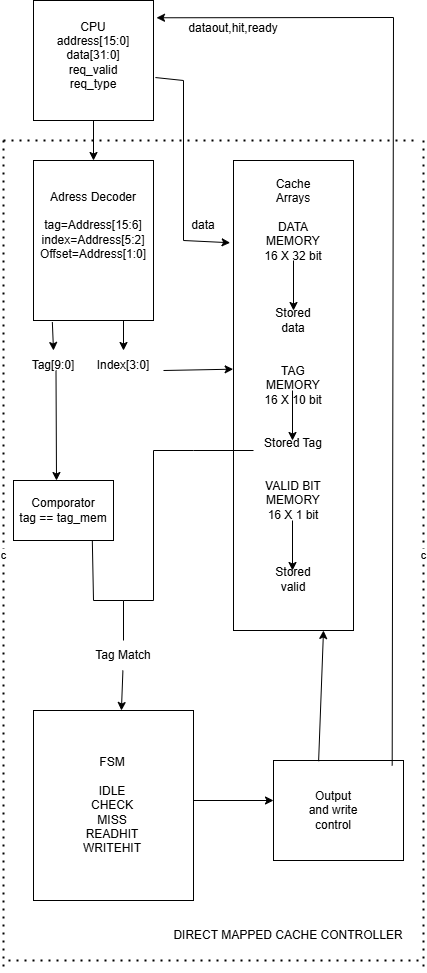
The draw.io diagram module_4/MAIN_PROJECT/DirectMappedCacheController/docs/BlockDiagram.png in Nooorrr66/MEDS_2026, before a commit. Source tidied: cells renumbered, new cells last; positions are measured from the earlier drawing's top-left corner, leaving out a move shared by most shapes. The source it was exported from:
```xml
<mxGraphModel>
  <root>
    <mxCell id="0" />
    <mxCell id="1" parent="0" />
    <mxCell id="2" style="rounded=0;whiteSpace=wrap;html=1;" parent="1" vertex="1">
      <mxGeometry x="30" width="120" height="120" as="geometry" />
    </mxCell>
    <mxCell id="3" value="CPU&lt;br&gt;address[15:0]&lt;br&gt;data[31:0]&lt;br&gt;req_valid&lt;br&gt;req_type" style="text;html=1;whiteSpace=wrap;strokeColor=none;fillColor=none;align=center;verticalAlign=middle;rounded=0;" parent="1" vertex="1">
      <mxGeometry x="10" y="40" width="160" height="30" as="geometry" />
    </mxCell>
    <mxCell id="4" style="rounded=0;whiteSpace=wrap;html=1;" parent="1" vertex="1">
      <mxGeometry x="30" y="160" width="120" height="160" as="geometry" />
    </mxCell>
    <mxCell id="5" value="Adress Decoder&lt;br&gt;&lt;br&gt;tag=Address[15:6]&lt;br&gt;index=Address[5:2]&lt;br&gt;Offset=Address[1:0]" style="text;html=1;whiteSpace=wrap;strokeColor=none;fillColor=none;align=center;verticalAlign=middle;rounded=0;" parent="1" vertex="1">
      <mxGeometry x="55" y="210" width="70" height="30" as="geometry" />
    </mxCell>
    <mxCell id="6" value="Tag[9:0]" style="text;html=1;whiteSpace=wrap;strokeColor=none;fillColor=none;align=center;verticalAlign=middle;rounded=0;" parent="1" vertex="1">
      <mxGeometry x="20" y="350" width="60" height="30" as="geometry" />
    </mxCell>
    <mxCell id="7" value="Index[3:0]" style="text;html=1;whiteSpace=wrap;strokeColor=none;fillColor=none;align=center;verticalAlign=middle;rounded=0;" parent="1" vertex="1">
      <mxGeometry x="90" y="350" width="60" height="30" as="geometry" />
    </mxCell>
    <mxCell id="8" style="endArrow=classic;html=1;rounded=0;exitX=0.157;exitY=1.01;exitDx=0;exitDy=0;exitPerimeter=0;entryX=0.5;entryY=0;entryDx=0;entryDy=0;" parent="1" edge="1" source="4" target="6">
      <mxGeometry relative="1" as="geometry" />
    </mxCell>
    <mxCell id="9" style="endArrow=classic;html=1;rounded=0;exitX=0.75;exitY=1;exitDx=0;exitDy=0;entryX=0.5;entryY=0;entryDx=0;entryDy=0;" parent="1" edge="1" source="4" target="7">
      <mxGeometry relative="1" as="geometry" />
    </mxCell>
    <mxCell id="10" style="endArrow=classic;html=1;rounded=0;entryX=-0.003;entryY=0.444;entryDx=0;entryDy=0;entryPerimeter=0;" parent="1" edge="1" target="11">
      <mxGeometry relative="1" as="geometry">
        <mxPoint x="160" y="370" as="sourcePoint" />
      </mxGeometry>
    </mxCell>
    <mxCell id="11" style="rounded=0;whiteSpace=wrap;html=1;" parent="1" vertex="1">
      <mxGeometry x="230" y="160" width="120" height="470" as="geometry" />
    </mxCell>
    <mxCell id="12" value="Cache Arrays&lt;br&gt;&lt;br&gt;DATA MEMORY&lt;br&gt;16 X 32 bit&lt;br&gt;&lt;br&gt;&lt;br&gt;&lt;br&gt;Stored data&lt;br&gt;&lt;br&gt;&lt;br&gt;TAG MEMORY&lt;br&gt;16 X 10 bit&lt;br&gt;&lt;br&gt;&lt;br&gt;Stored Tag&lt;br&gt;&lt;br&gt;&lt;br&gt;VALID BIT MEMORY&lt;br&gt;16 X 1 bit&lt;br&gt;&lt;br&gt;&lt;br&gt;&lt;br&gt;Stored valid" style="text;html=1;whiteSpace=wrap;strokeColor=none;fillColor=none;align=center;verticalAlign=middle;rounded=0;" parent="1" vertex="1">
      <mxGeometry x="260" y="370" width="60" height="30" as="geometry" />
    </mxCell>
    <mxCell id="13" style="endArrow=classic;html=1;rounded=0;" parent="1" edge="1">
      <mxGeometry relative="1" as="geometry">
        <mxPoint x="290" y="260" as="sourcePoint" />
        <mxPoint x="290" y="310" as="targetPoint" />
      </mxGeometry>
    </mxCell>
    <mxCell id="14" style="endArrow=classic;html=1;rounded=0;" parent="1" edge="1">
      <mxGeometry relative="1" as="geometry">
        <mxPoint x="289" y="390" as="sourcePoint" />
        <mxPoint x="289" y="440" as="targetPoint" />
      </mxGeometry>
    </mxCell>
    <mxCell id="15" style="endArrow=classic;html=1;rounded=0;" parent="1" edge="1">
      <mxGeometry relative="1" as="geometry">
        <mxPoint x="289" y="520" as="sourcePoint" />
        <mxPoint x="289" y="570" as="targetPoint" />
      </mxGeometry>
    </mxCell>
    <mxCell id="16" style="endArrow=classic;html=1;rounded=0;exitX=0.25;exitY=1;exitDx=0;exitDy=0;" parent="1" edge="1">
      <mxGeometry relative="1" as="geometry">
        <mxPoint x="52.5" y="370" as="sourcePoint" />
        <mxPoint x="53" y="480" as="targetPoint" />
      </mxGeometry>
    </mxCell>
    <mxCell id="17" style="rounded=0;whiteSpace=wrap;html=1;" parent="1" vertex="1">
      <mxGeometry x="10" y="480" width="100" height="60" as="geometry" />
    </mxCell>
    <mxCell id="18" value="Comporator&lt;br&gt;tag == tag_mem" style="text;html=1;whiteSpace=wrap;strokeColor=none;fillColor=none;align=center;verticalAlign=middle;rounded=0;" parent="1" vertex="1">
      <mxGeometry x="5" y="495" width="110" height="30" as="geometry" />
    </mxCell>
    <mxCell id="19" style="endArrow=classic;html=1;rounded=0;" parent="1" edge="1">
      <mxGeometry relative="1" as="geometry">
        <mxPoint x="119.4" y="670" as="sourcePoint" />
        <mxPoint x="117.9" y="710" as="targetPoint" />
      </mxGeometry>
    </mxCell>
    <mxCell id="20" value="Tag Match" style="text;html=1;whiteSpace=wrap;strokeColor=none;fillColor=none;align=center;verticalAlign=middle;rounded=0;" parent="1" vertex="1">
      <mxGeometry x="90" y="640" width="60" height="30" as="geometry" />
    </mxCell>
    <mxCell id="21" style="endArrow=none;html=1;rounded=0;" parent="1" edge="1">
      <mxGeometry relative="1" as="geometry">
        <mxPoint x="150" y="450" as="sourcePoint" />
        <mxPoint x="250" y="450" as="targetPoint" />
        <Array as="points">
          <mxPoint x="190" y="450" />
        </Array>
      </mxGeometry>
    </mxCell>
    <mxCell id="22" style="endArrow=none;html=1;rounded=0;" parent="1" edge="1">
      <mxGeometry relative="1" as="geometry">
        <mxPoint x="90" y="600" as="sourcePoint" />
        <mxPoint x="120" y="600" as="targetPoint" />
      </mxGeometry>
    </mxCell>
    <mxCell id="23" style="endArrow=none;html=1;rounded=0;" parent="1" edge="1">
      <mxGeometry relative="1" as="geometry">
        <mxPoint x="150" y="600" as="sourcePoint" />
        <mxPoint x="150" y="450" as="targetPoint" />
      </mxGeometry>
    </mxCell>
    <mxCell id="24" style="endArrow=none;html=1;rounded=0;" parent="1" edge="1">
      <mxGeometry relative="1" as="geometry">
        <mxPoint x="120" y="600" as="sourcePoint" />
        <mxPoint x="120" y="640" as="targetPoint" />
      </mxGeometry>
    </mxCell>
    <mxCell id="25" style="endArrow=none;html=1;rounded=0;" parent="1" edge="1">
      <mxGeometry relative="1" as="geometry">
        <mxPoint x="90" y="600" as="sourcePoint" />
        <mxPoint x="88.8" y="540" as="targetPoint" />
      </mxGeometry>
    </mxCell>
    <mxCell id="26" style="endArrow=none;html=1;rounded=0;" parent="1" edge="1">
      <mxGeometry relative="1" as="geometry">
        <mxPoint x="120" y="600" as="sourcePoint" />
        <mxPoint x="150" y="600" as="targetPoint" />
      </mxGeometry>
    </mxCell>
    <mxCell id="27" style="rounded=0;whiteSpace=wrap;html=1;" parent="1" vertex="1">
      <mxGeometry x="30" y="710" width="160" height="190" as="geometry" />
    </mxCell>
    <mxCell id="28" value="FSM&lt;br&gt;&lt;br&gt;IDLE&lt;br&gt;CHECK&lt;br&gt;MISS&lt;br&gt;READHIT&lt;br&gt;WRITEHIT" style="text;html=1;whiteSpace=wrap;strokeColor=none;fillColor=none;align=center;verticalAlign=middle;rounded=0;" parent="1" vertex="1">
      <mxGeometry x="79" y="790" width="60" height="30" as="geometry" />
    </mxCell>
    <mxCell id="29" style="endArrow=classic;html=1;rounded=0;exitX=0.5;exitY=1;exitDx=0;exitDy=0;entryX=0.5;entryY=0;entryDx=0;entryDy=0;" parent="1" edge="1" source="2" target="4">
      <mxGeometry relative="1" as="geometry" />
    </mxCell>
    <mxCell id="30" style="endArrow=classic;html=1;rounded=0;" parent="1" edge="1">
      <mxGeometry relative="1" as="geometry">
        <mxPoint x="190" y="800" as="sourcePoint" />
        <mxPoint x="270" y="800" as="targetPoint" />
      </mxGeometry>
    </mxCell>
    <mxCell id="31" style="rounded=0;whiteSpace=wrap;html=1;" parent="1" vertex="1">
      <mxGeometry x="270" y="760" width="130" height="100" as="geometry" />
    </mxCell>
    <mxCell id="32" value="Output&lt;br&gt;and write&lt;br&gt;control" style="text;html=1;whiteSpace=wrap;strokeColor=none;fillColor=none;align=center;verticalAlign=middle;rounded=0;" parent="1" vertex="1">
      <mxGeometry x="300" y="795" width="60" height="30" as="geometry" />
    </mxCell>
    <mxCell id="33" style="endArrow=classic;html=1;rounded=0;entryX=0.75;entryY=1;entryDx=0;entryDy=0;exitX=0.347;exitY=0.007;exitDx=0;exitDy=0;exitPerimeter=0;" parent="1" edge="1" source="31" target="11">
      <mxGeometry relative="1" as="geometry" />
    </mxCell>
    <mxCell id="34" value="c" style="endArrow=none;dashed=1;html=1;dashPattern=1 3;strokeWidth=2;rounded=0;" parent="1" edge="1">
      <mxGeometry relative="1" as="geometry">
        <mxPoint y="140" as="sourcePoint" />
        <mxPoint y="970" as="targetPoint" />
      </mxGeometry>
    </mxCell>
    <mxCell id="35" value="c" style="endArrow=none;dashed=1;html=1;dashPattern=1 3;strokeWidth=2;rounded=0;" parent="1" edge="1">
      <mxGeometry relative="1" as="geometry">
        <mxPoint x="420" y="140" as="sourcePoint" />
        <mxPoint x="420" y="970" as="targetPoint" />
      </mxGeometry>
    </mxCell>
    <mxCell id="36" style="endArrow=none;dashed=1;html=1;dashPattern=1 3;strokeWidth=2;rounded=0;" parent="1" edge="1">
      <mxGeometry relative="1" as="geometry">
        <mxPoint y="140" as="sourcePoint" />
        <mxPoint x="410" y="140" as="targetPoint" />
      </mxGeometry>
    </mxCell>
    <mxCell id="37" style="endArrow=none;dashed=1;html=1;dashPattern=1 3;strokeWidth=2;rounded=0;" parent="1" edge="1">
      <mxGeometry relative="1" as="geometry">
        <mxPoint x="5" y="960" as="sourcePoint" />
        <mxPoint x="415" y="960" as="targetPoint" />
      </mxGeometry>
    </mxCell>
    <mxCell id="38" value="DIRECT MAPPED CACHE CONTROLLER" style="text;html=1;whiteSpace=wrap;strokeColor=none;fillColor=none;align=center;verticalAlign=middle;rounded=0;" parent="1" vertex="1">
      <mxGeometry x="150" y="920" width="270" height="30" as="geometry" />
    </mxCell>
    <mxCell id="39" style="endArrow=classic;html=1;rounded=0;exitX=1.016;exitY=0.642;exitDx=0;exitDy=0;entryX=-0.028;entryY=0.175;entryDx=0;entryDy=0;entryPerimeter=0;exitPerimeter=0;" parent="1" edge="1" source="2" target="11">
      <mxGeometry relative="1" as="geometry">
        <Array as="points">
          <mxPoint x="180" y="80" />
          <mxPoint x="180" y="240" />
        </Array>
      </mxGeometry>
    </mxCell>
    <mxCell id="40" value="data" style="text;html=1;whiteSpace=wrap;strokeColor=none;fillColor=none;align=center;verticalAlign=middle;rounded=0;" parent="1" vertex="1">
      <mxGeometry x="170" y="210" width="60" height="30" as="geometry" />
    </mxCell>
    <mxCell id="41" style="endArrow=classic;html=1;rounded=0;exitX=0.913;exitY=0.05;exitDx=0;exitDy=0;entryX=1.025;entryY=0.144;entryDx=0;entryDy=0;entryPerimeter=0;exitPerimeter=0;" parent="1" edge="1" source="31" target="2">
      <mxGeometry relative="1" as="geometry">
        <Array as="points">
          <mxPoint x="390" y="17" />
        </Array>
      </mxGeometry>
    </mxCell>
    <mxCell id="42" value="dataout,hit,ready&lt;div&gt;&lt;br&gt;&lt;/div&gt;" style="text;html=1;whiteSpace=wrap;strokeColor=none;fillColor=none;align=center;verticalAlign=middle;rounded=0;" parent="1" vertex="1">
      <mxGeometry x="200" y="20" width="60" height="30" as="geometry" />
    </mxCell>
  </root>
</mxGraphModel>
```
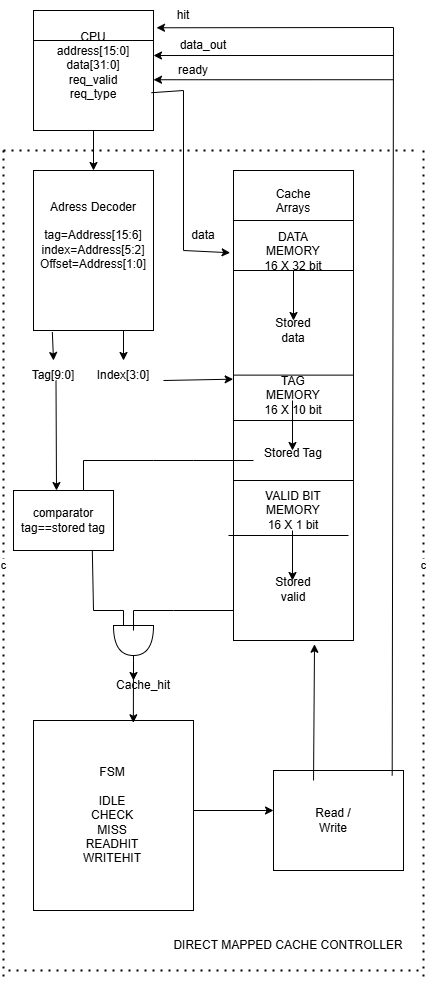
The same file after the commit.

The edit, as a diff of the source:
```diff
@@ -64,17 +64,19 @@
     <mxCell id="17" style="rounded=0;whiteSpace=wrap;html=1;" parent="1" vertex="1">
       <mxGeometry x="10" y="480" width="100" height="60" as="geometry" />
     </mxCell>
-    <mxCell id="18" value="Comporator&lt;br&gt;tag == tag_mem" style="text;html=1;whiteSpace=wrap;strokeColor=none;fillColor=none;align=center;verticalAlign=middle;rounded=0;" parent="1" vertex="1">
+    <mxCell id="18" value="comparator&lt;br&gt;tag==stored tag" style="text;html=1;whiteSpace=wrap;strokeColor=none;fillColor=none;align=center;verticalAlign=middle;rounded=0;" parent="1" vertex="1">
       <mxGeometry x="5" y="495" width="110" height="30" as="geometry" />
     </mxCell>
-    <mxCell id="19" style="endArrow=classic;html=1;rounded=0;" parent="1" edge="1">
+    <mxCell id="19" style="endArrow=classic;html=1;rounded=0;exitX=1;exitY=0.5;exitDx=0;exitDy=0;exitPerimeter=0;" parent="1" edge="1" source="54">
       <mxGeometry relative="1" as="geometry">
-        <mxPoint x="119.4" y="670" as="sourcePoint" />
-        <mxPoint x="117.9" y="710" as="targetPoint" />
+        <mxPoint x="130" y="670" as="targetPoint" />
+        <Array as="points">
+          <mxPoint x="130" y="650" />
+        </Array>
       </mxGeometry>
     </mxCell>
-    <mxCell id="20" value="Tag Match" style="text;html=1;whiteSpace=wrap;strokeColor=none;fillColor=none;align=center;verticalAlign=middle;rounded=0;" parent="1" vertex="1">
-      <mxGeometry x="90" y="640" width="60" height="30" as="geometry" />
+    <mxCell id="20" value="Cache_hit" style="text;html=1;whiteSpace=wrap;strokeColor=none;fillColor=none;align=center;verticalAlign=middle;rounded=0;" parent="1" vertex="1">
+      <mxGeometry x="110" y="660" width="60" height="30" as="geometry" />
     </mxCell>
     <mxCell id="21" style="endArrow=none;html=1;rounded=0;" parent="1" edge="1">
       <mxGeometry relative="1" as="geometry">
@@ -91,16 +93,21 @@
         <mxPoint x="120" y="600" as="targetPoint" />
       </mxGeometry>
     </mxCell>
-    <mxCell id="23" style="endArrow=none;html=1;rounded=0;" parent="1" edge="1">
+    <mxCell id="23" style="endArrow=none;html=1;rounded=0;exitX=0.7;exitY=0;exitDx=0;exitDy=0;exitPerimeter=0;" parent="1" edge="1" source="17">
       <mxGeometry relative="1" as="geometry">
-        <mxPoint x="150" y="600" as="sourcePoint" />
         <mxPoint x="150" y="450" as="targetPoint" />
+        <Array as="points">
+          <mxPoint x="80" y="450" />
+        </Array>
       </mxGeometry>
     </mxCell>
     <mxCell id="24" style="endArrow=none;html=1;rounded=0;" parent="1" edge="1">
       <mxGeometry relative="1" as="geometry">
         <mxPoint x="120" y="600" as="sourcePoint" />
-        <mxPoint x="120" y="640" as="targetPoint" />
+        <mxPoint x="120" y="610" as="targetPoint" />
+        <Array as="points">
+          <mxPoint x="120" y="620" />
+        </Array>
       </mxGeometry>
     </mxCell>
     <mxCell id="25" style="endArrow=none;html=1;rounded=0;" parent="1" edge="1">
@@ -112,7 +119,7 @@
     <mxCell id="26" style="endArrow=none;html=1;rounded=0;" parent="1" edge="1">
       <mxGeometry relative="1" as="geometry">
         <mxPoint x="120" y="600" as="sourcePoint" />
-        <mxPoint x="150" y="600" as="targetPoint" />
+        <mxPoint x="120" y="600" as="targetPoint" />
       </mxGeometry>
     </mxCell>
     <mxCell id="27" style="rounded=0;whiteSpace=wrap;html=1;" parent="1" vertex="1">
@@ -133,10 +140,10 @@
     <mxCell id="31" style="rounded=0;whiteSpace=wrap;html=1;" parent="1" vertex="1">
       <mxGeometry x="270" y="760" width="130" height="100" as="geometry" />
     </mxCell>
-    <mxCell id="32" value="Output&lt;br&gt;and write&lt;br&gt;control" style="text;html=1;whiteSpace=wrap;strokeColor=none;fillColor=none;align=center;verticalAlign=middle;rounded=0;" parent="1" vertex="1">
+    <mxCell id="32" value="Read / Write" style="text;html=1;whiteSpace=wrap;strokeColor=none;fillColor=none;align=center;verticalAlign=middle;rounded=0;" parent="1" vertex="1">
       <mxGeometry x="300" y="795" width="60" height="30" as="geometry" />
     </mxCell>
-    <mxCell id="33" style="endArrow=classic;html=1;rounded=0;entryX=0.75;entryY=1;entryDx=0;entryDy=0;exitX=0.347;exitY=0.007;exitDx=0;exitDy=0;exitPerimeter=0;" parent="1" edge="1" source="31" target="11">
+    <mxCell id="33" style="endArrow=classic;html=1;rounded=0;entryX=0.675;entryY=1.008;entryDx=0;entryDy=0;exitX=0.308;exitY=0.1;exitDx=0;exitDy=0;exitPerimeter=0;entryPerimeter=0;" parent="1" edge="1" source="31" target="11">
       <mxGeometry relative="1" as="geometry" />
     </mxCell>
     <mxCell id="34" value="c" style="endArrow=none;dashed=1;html=1;dashPattern=1 3;strokeWidth=2;rounded=0;" parent="1" edge="1">
@@ -166,7 +173,7 @@
     <mxCell id="38" value="DIRECT MAPPED CACHE CONTROLLER" style="text;html=1;whiteSpace=wrap;strokeColor=none;fillColor=none;align=center;verticalAlign=middle;rounded=0;" parent="1" vertex="1">
       <mxGeometry x="150" y="920" width="270" height="30" as="geometry" />
     </mxCell>
-    <mxCell id="39" style="endArrow=classic;html=1;rounded=0;exitX=1.016;exitY=0.642;exitDx=0;exitDy=0;entryX=-0.028;entryY=0.175;entryDx=0;entryDy=0;entryPerimeter=0;exitPerimeter=0;" parent="1" edge="1" source="2" target="11">
+    <mxCell id="39" style="endArrow=classic;html=1;rounded=0;exitX=0.983;exitY=0.685;exitDx=0;exitDy=0;entryX=-0.028;entryY=0.175;entryDx=0;entryDy=0;entryPerimeter=0;exitPerimeter=0;" parent="1" edge="1" source="2" target="11">
       <mxGeometry relative="1" as="geometry">
         <Array as="points">
           <mxPoint x="180" y="80" />
@@ -184,8 +191,82 @@
         </Array>
       </mxGeometry>
     </mxCell>
-    <mxCell id="42" value="dataout,hit,ready&lt;div&gt;&lt;br&gt;&lt;/div&gt;" style="text;html=1;whiteSpace=wrap;strokeColor=none;fillColor=none;align=center;verticalAlign=middle;rounded=0;" parent="1" vertex="1">
-      <mxGeometry x="200" y="20" width="60" height="30" as="geometry" />
+    <mxCell id="42" value="hit" style="text;html=1;whiteSpace=wrap;strokeColor=none;fillColor=none;align=center;verticalAlign=middle;rounded=0;" parent="1" vertex="1">
+      <mxGeometry x="150" y="-10" width="60" height="30" as="geometry" />
     </mxCell>
+    <mxCell id="43" style="endArrow=none;html=1;rounded=0;entryX=1;entryY=0.25;entryDx=0;entryDy=0;exitX=0;exitY=0.25;exitDx=0;exitDy=0;" parent="1" edge="1" source="2" target="2">
+      <mxGeometry relative="1" as="geometry" />
+    </mxCell>
+    <mxCell id="44" style="endArrow=none;html=1;rounded=0;entryX=1;entryY=0.25;entryDx=0;entryDy=0;exitX=0;exitY=0.25;exitDx=0;exitDy=0;" parent="1" edge="1">
+      <mxGeometry relative="1" as="geometry">
+        <mxPoint x="230" y="210" as="sourcePoint" />
+        <mxPoint x="350" y="210" as="targetPoint" />
+      </mxGeometry>
+    </mxCell>
+    <mxCell id="45" style="endArrow=none;html=1;rounded=0;entryX=1;entryY=0.25;entryDx=0;entryDy=0;exitX=0;exitY=0.25;exitDx=0;exitDy=0;" parent="1" edge="1">
+      <mxGeometry relative="1" as="geometry">
+        <mxPoint x="230" y="260" as="sourcePoint" />
+        <mxPoint x="350" y="260" as="targetPoint" />
+      </mxGeometry>
+    </mxCell>
+    <mxCell id="46" style="endArrow=none;html=1;rounded=0;entryX=1;entryY=0.25;entryDx=0;entryDy=0;exitX=0;exitY=0.25;exitDx=0;exitDy=0;" parent="1" edge="1">
+      <mxGeometry relative="1" as="geometry">
+        <mxPoint x="230" y="364.6" as="sourcePoint" />
+        <mxPoint x="350" y="364.6" as="targetPoint" />
+      </mxGeometry>
+    </mxCell>
+    <mxCell id="47" style="endArrow=none;html=1;rounded=0;entryX=1;entryY=0.25;entryDx=0;entryDy=0;exitX=0;exitY=0.25;exitDx=0;exitDy=0;" parent="1" edge="1">
+      <mxGeometry relative="1" as="geometry">
+        <mxPoint x="230" y="410" as="sourcePoint" />
+        <mxPoint x="350" y="410" as="targetPoint" />
+      </mxGeometry>
+    </mxCell>
+    <mxCell id="48" style="endArrow=none;html=1;rounded=0;entryX=1;entryY=0.25;entryDx=0;entryDy=0;exitX=0;exitY=0.25;exitDx=0;exitDy=0;" parent="1" edge="1">
+      <mxGeometry relative="1" as="geometry">
+        <mxPoint x="230" y="470" as="sourcePoint" />
+        <mxPoint x="350" y="470" as="targetPoint" />
+      </mxGeometry>
+    </mxCell>
+    <mxCell id="49" style="endArrow=none;html=1;rounded=0;entryX=1;entryY=0.25;entryDx=0;entryDy=0;exitX=0;exitY=0.25;exitDx=0;exitDy=0;" parent="1" edge="1">
+      <mxGeometry relative="1" as="geometry">
+        <mxPoint x="225" y="525" as="sourcePoint" />
+        <mxPoint x="345" y="525" as="targetPoint" />
+      </mxGeometry>
+    </mxCell>
+    <mxCell id="50" style="endArrow=classic;html=1;rounded=0;entryX=0.875;entryY=0.667;entryDx=0;entryDy=0;entryPerimeter=0;" parent="1" edge="1">
+      <mxGeometry relative="1" as="geometry">
+        <mxPoint x="390" y="69.2" as="sourcePoint" />
+        <mxPoint x="150" y="69.2" as="targetPoint" />
+      </mxGeometry>
+    </mxCell>
+    <mxCell id="51" value="ready" style="text;html=1;whiteSpace=wrap;strokeColor=none;fillColor=none;align=center;verticalAlign=middle;rounded=0;" parent="1" vertex="1">
+      <mxGeometry x="160" y="45" width="60" height="30" as="geometry" />
+    </mxCell>
+    <mxCell id="52" value="data_out" style="text;html=1;whiteSpace=wrap;strokeColor=none;fillColor=none;align=center;verticalAlign=middle;rounded=0;" parent="1" vertex="1">
+      <mxGeometry x="170" y="20" width="60" height="30" as="geometry" />
+    </mxCell>
+    <mxCell id="53" style="endArrow=classic;html=1;rounded=0;entryX=0.875;entryY=0.667;entryDx=0;entryDy=0;entryPerimeter=0;" parent="1" edge="1">
+      <mxGeometry relative="1" as="geometry">
+        <mxPoint x="390" y="45" as="sourcePoint" />
+        <mxPoint x="150" y="45" as="targetPoint" />
+      </mxGeometry>
+    </mxCell>
+    <mxCell id="54" style="shape=or;whiteSpace=wrap;html=1;rotation=90;" parent="1" vertex="1">
+      <mxGeometry x="115" y="610" width="30" height="40" as="geometry" />
+    </mxCell>
+    <mxCell id="55" style="endArrow=none;html=1;rounded=0;exitX=0.167;exitY=0.5;exitDx=0;exitDy=0;exitPerimeter=0;" parent="1" edge="1" source="54">
+      <mxGeometry relative="1" as="geometry">
+        <mxPoint x="230" y="600" as="targetPoint" />
+        <Array as="points">
+          <mxPoint x="130" y="600" />
+          <mxPoint x="170" y="600" />
+        </Array>
+      </mxGeometry>
+    </mxCell>
+    <mxCell id="56" style="endArrow=classic;html=1;rounded=0;exitX=1;exitY=0.5;exitDx=0;exitDy=0;exitPerimeter=0;entryX=0.624;entryY=0.012;entryDx=0;entryDy=0;entryPerimeter=0;" parent="1" edge="1" target="27">
+      <mxGeometry relative="1" as="geometry">
+        <mxPoint x="130" y="650" as="sourcePoint" />
+      </mxGeometry>
+    </mxCell>
   </root>
 </mxGraphModel>
```
